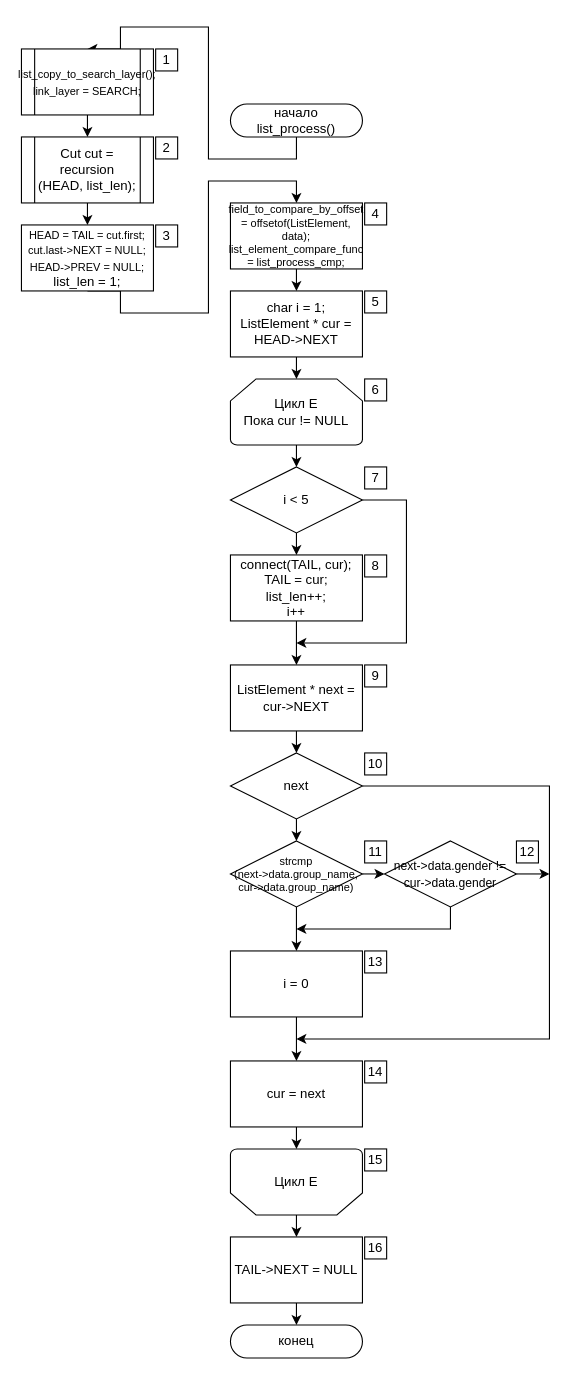
Before: ПЗ/Diagrams/list_process.drawio in Killfrra/AnP, a draw.io diagram. Source tidied: cells renumbered, new cells numbered last; positions are measured from the earlier drawing's top-left corner, leaving out a move shared by most shapes. Both pictures are drawn from the tidied source at 110%, with x=0, y=0 at pixel (21, 26).
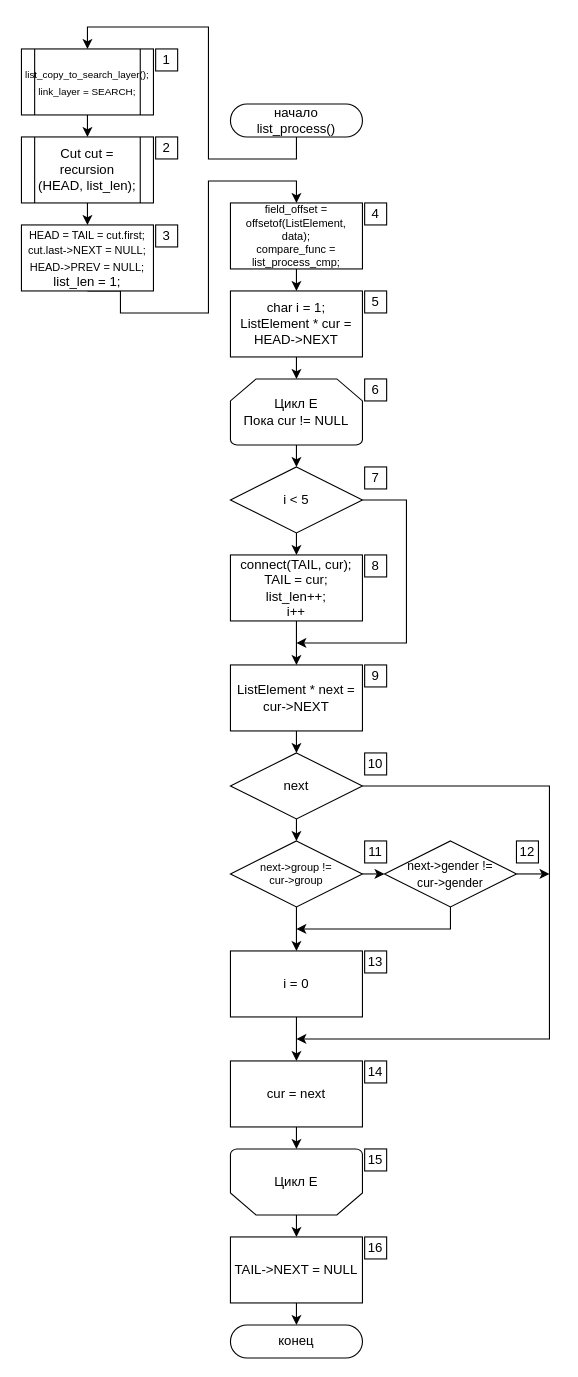
After the change.

Unchanged cells that the change refers to:
```xml
<mxCell id="3" value="начало&lt;br&gt;list_process()" style="rounded=1;whiteSpace=wrap;html=1;arcSize=50;" parent="1" vertex="1">
  <mxGeometry x="190" y="70" width="120" height="30" as="geometry" />
</mxCell>
```

Change to the diagram source:
```diff
@@
     <mxCell id="2" style="edgeStyle=orthogonalEdgeStyle;rounded=0;jettySize=auto;html=1;exitX=0.5;exitY=1;exitDx=0;exitDy=0;entryX=0.5;entryY=0;entryDx=0;entryDy=0;endSize=6;fontSize=12;" parent="1" edge="1" source="3" target="28">
       <mxGeometry relative="1" as="geometry">
         <Array as="points">
           <mxPoint x="250" y="120" />
           <mxPoint x="170" y="120" />
           <mxPoint x="170" />
-          <mxPoint x="90" />
+          <mxPoint x="60" />
         </Array>
       </mxGeometry>
     </mxCell>
@@
-    <mxCell id="28" value="&lt;font style=&quot;font-size: 10px&quot;&gt;list_copy_to_search_layer();&lt;br&gt;link_layer = SEARCH;&lt;/font&gt;" style="shape=process;whiteSpace=wrap;html=1;backgroundOutline=1;fontFamily=Helvetica;fontSize=12;fontColor=#000000;align=center;strokeColor=#000000;fillColor=#ffffff;" parent="1" vertex="1">
+    <mxCell id="28" value="&lt;font style=&quot;font-size: 9px&quot;&gt;list_copy_to_search_layer();&lt;br&gt;link_layer = SEARCH;&lt;/font&gt;" style="shape=process;whiteSpace=wrap;html=1;backgroundOutline=1;fontFamily=Helvetica;fontSize=12;fontColor=#000000;align=center;strokeColor=#000000;fillColor=#ffffff;" parent="1" vertex="1">
       <mxGeometry y="20" width="120" height="60" as="geometry" />
     </mxCell>
@@
-    <mxCell id="34" value="field_to_compare_by_offset = offsetof(ListElement, data);&lt;br style=&quot;font-size: 10px;&quot;&gt;list_element_compare_func = list_process_cmp;" style="rounded=0;whiteSpace=wrap;html=1;fontSize=10;" parent="1" vertex="1">
+    <mxCell id="34" value="&lt;font style=&quot;font-size: 10px&quot;&gt;field_offset = offsetof(ListElement, data);&lt;br&gt;compare_func = list_process_cmp;&lt;/font&gt;" style="rounded=0;whiteSpace=wrap;html=1;fontSize=10;" parent="1" vertex="1">
       <mxGeometry x="190" y="160" width="120" height="60" as="geometry" />
     </mxCell>
@@
-    <mxCell id="37" value="strcmp&lt;br&gt;(next-&amp;gt;data.group_name, cur-&amp;gt;data.group_name)" style="rhombus;whiteSpace=wrap;html=1;rounded=0;fontSize=10;" parent="1" vertex="1">
+    <mxCell id="37" value="next-&amp;gt;group !=&lt;br&gt;cur-&amp;gt;group" style="rhombus;whiteSpace=wrap;html=1;rounded=0;fontSize=10;" parent="1" vertex="1">
       <mxGeometry x="190" y="740" width="120" height="60" as="geometry" />
     </mxCell>
@@
-    <mxCell id="40" value="&lt;font style=&quot;font-size: 11px&quot;&gt;next-&amp;gt;data.gender != cur-&amp;gt;data.gender&lt;/font&gt;" style="rhombus;whiteSpace=wrap;html=1;rounded=0;" parent="1" vertex="1">
+    <mxCell id="40" value="&lt;font style=&quot;font-size: 11px&quot;&gt;next-&amp;gt;gender !=&lt;br&gt;cur-&amp;gt;gender&lt;/font&gt;" style="rhombus;whiteSpace=wrap;html=1;rounded=0;" parent="1" vertex="1">
       <mxGeometry x="330" y="740" width="120" height="60" as="geometry" />
     </mxCell>
```
